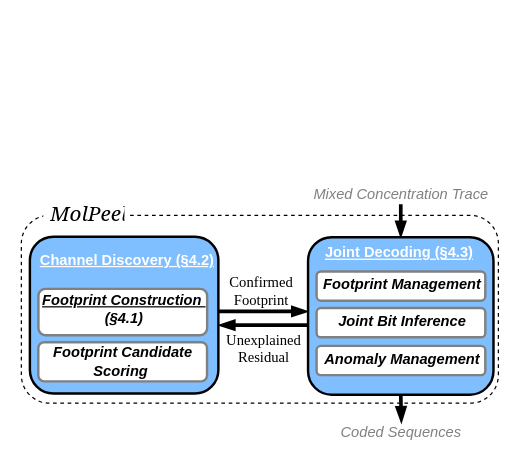
This is Design_Overview.drawio from GoodMorningSir/My_drawioPicture, a draw.io file, before an edit. Source tidied: cells renumbered, new cells numbered last; positions are measured from the earlier drawing's top-left corner, leaving out a move shared by most shapes. Both pictures are drawn from the tidied source at 122%, with x=0, y=0 at pixel (21, 183).
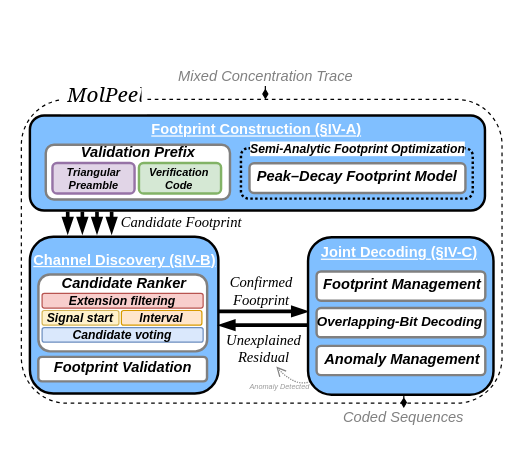
Above is the later version.

What changed in the source:
```diff
@@
+    <mxCell id="8" value="&lt;i style=&quot;&quot;&gt;Coded Sequences&lt;/i&gt;" style="text;html=1;whiteSpace=wrap;strokeColor=none;fillColor=none;align=center;verticalAlign=middle;rounded=0;fontColor=#808080;" parent="1" vertex="1">
+      <mxGeometry x="234" y="184" width="159" height="16" as="geometry" />
+    </mxCell>
+    <mxCell id="22" style="group;" parent="1" vertex="1">
+      <mxGeometry x="7" y="34.5" width="155.3" height="163.5" as="geometry" />
+    </mxCell>
+    <mxCell id="23" style="group;" parent="22" vertex="1">
+      <mxGeometry width="155.3" height="137.5" as="geometry" />
+    </mxCell>
+    <mxCell id="24" style="rounded=1;whiteSpace=wrap;html=1;fillColor=light-dark(#80bfff, #2566a8);strokeColor=default;strokeWidth=2;" parent="23" vertex="1">
+      <mxGeometry y="9.1" width="154.5" height="128.5" as="geometry" />
+    </mxCell>
+    <mxCell id="25" value="&lt;span style=&quot;color: rgb(255, 255, 255);&quot;&gt;&lt;u style=&quot;&quot;&gt;&lt;b style=&quot;color: light-dark(rgb(255, 255, 255), rgb(18, 18, 18));&quot;&gt;Channel Discovery (§&lt;/b&gt;&lt;font color=&quot;#ffffff&quot;&gt;&lt;b&gt;IV-B&lt;/b&gt;&lt;/font&gt;&lt;b style=&quot;color: light-dark(rgb(255, 255, 255), rgb(18, 18, 18));&quot;&gt;)&lt;/b&gt;&lt;/u&gt;&lt;/span&gt;" style="text;html=1;whiteSpace=wrap;strokeColor=none;fillColor=none;align=center;verticalAlign=middle;rounded=0;" parent="23" vertex="1">
+      <mxGeometry x="1.5" y="-2" width="151.8" height="60" as="geometry" />
+    </mxCell>
+    <mxCell id="26" style="group;strokeColor=none;" parent="22" vertex="1">
+      <mxGeometry x="6.9" y="95.5" width="138.3" height="68" as="geometry" />
+    </mxCell>
+    <mxCell id="27" style="rounded=1;whiteSpace=wrap;html=1;fillColor=light-dark(#FFFFFF,#2566A8);strokeColor=#808080;strokeWidth=2;" parent="26" vertex="1">
+      <mxGeometry y="12" width="138.3" height="20.1" as="geometry" />
+    </mxCell>
+    <mxCell id="28" value="&lt;b&gt;&lt;i&gt;Footprint Validation&lt;/i&gt;&lt;/b&gt;" style="text;html=1;whiteSpace=wrap;strokeColor=none;fillColor=none;align=center;verticalAlign=middle;rounded=0;labelBackgroundColor=none;" parent="26" vertex="1">
+      <mxGeometry x="0.8" y="13" width="136.7" height="16.8" as="geometry" />
+    </mxCell>
+    <mxCell id="29" style="group;strokeColor=none;labelBackgroundColor=none;" parent="22" vertex="1">
+      <mxGeometry x="7" y="40" width="138.3" height="63" as="geometry" />
+    </mxCell>
+    <mxCell id="30" style="rounded=1;whiteSpace=wrap;html=1;fillColor=light-dark(#FFFFFF,#2566A8);strokeColor=#808080;strokeWidth=2;" parent="29" vertex="1">
+      <mxGeometry width="138.3" height="63" as="geometry" />
+    </mxCell>
+    <mxCell id="31" value="&lt;b&gt;&lt;i&gt;Candidate Ranker&lt;/i&gt;&lt;/b&gt;" style="text;html=1;whiteSpace=wrap;strokeColor=none;fillColor=none;align=center;verticalAlign=middle;rounded=0;labelBackgroundColor=none;" parent="29" vertex="1">
+      <mxGeometry x="1.6" y="-2.2" width="136.7" height="19.9" as="geometry" />
+    </mxCell>
+    <mxCell id="33" style="group;" parent="1" vertex="1">
+      <mxGeometry x="74" y="-133" width="313" height="163.5" as="geometry" />
+    </mxCell>
+    <mxCell id="34" style="group;" parent="33" vertex="1">
+      <mxGeometry x="-67" y="77.2" width="373" height="77.8" as="geometry" />
+    </mxCell>
+    <mxCell id="35" style="rounded=1;whiteSpace=wrap;html=1;fillColor=light-dark(#80bfff, #2566a8);strokeColor=default;strokeWidth=2;" parent="34" vertex="1">
+      <mxGeometry width="373" height="77.9" as="geometry" />
+    </mxCell>
+    <mxCell id="36" value="&lt;span style=&quot;color: rgb(255, 255, 255);&quot;&gt;&lt;u style=&quot;&quot;&gt;&lt;b style=&quot;color: light-dark(rgb(255, 255, 255), rgb(18, 18, 18));&quot;&gt;Footprint Construction (§&lt;/b&gt;&lt;font color=&quot;#ffffff&quot;&gt;&lt;b&gt;IV-A&lt;/b&gt;&lt;/font&gt;&lt;b style=&quot;color: light-dark(rgb(255, 255, 255), rgb(18, 18, 18));&quot;&gt;)&lt;/b&gt;&lt;/u&gt;&lt;/span&gt;" style="text;html=1;whiteSpace=wrap;strokeColor=none;fillColor=none;align=center;verticalAlign=middle;rounded=0;" parent="34" vertex="1">
+      <mxGeometry x="1.3" y="0.8" width="370.3" height="22.4" as="geometry" />
+    </mxCell>
+    <mxCell id="37" style="group;strokeColor=none;labelBackgroundColor=none;" parent="34" vertex="1">
+      <mxGeometry x="13" y="23.9" width="151" height="50" as="geometry" />
+    </mxCell>
+    <mxCell id="38" style="rounded=1;whiteSpace=wrap;html=1;fillColor=light-dark(#FFFFFF,#2566A8);strokeColor=#808080;strokeWidth=2;" parent="37" vertex="1">
+      <mxGeometry width="151" height="45" as="geometry" />
+    </mxCell>
+    <mxCell id="39" value="&lt;b&gt;&lt;i&gt;Validation Prefix&lt;/i&gt;&lt;/b&gt;" style="text;html=1;whiteSpace=wrap;strokeColor=none;fillColor=none;align=center;verticalAlign=middle;rounded=0;labelBackgroundColor=none;" parent="37" vertex="1">
+      <mxGeometry x="13.6" y="-1" width="124.4" height="15.2" as="geometry" />
+    </mxCell>
+    <mxCell id="40" value="&lt;b&gt;&lt;i&gt;Triangular Preamble&lt;/i&gt;&lt;/b&gt;" style="rounded=1;whiteSpace=wrap;html=1;fontSize=9;strokeWidth=2;fillColor=#e1d5e7;strokeColor=#9673a6;" parent="37" vertex="1">
+      <mxGeometry x="5.5" y="15" width="67.3" height="25" as="geometry" />
+    </mxCell>
+    <mxCell id="41" value="&lt;b&gt;&lt;i&gt;Verification Code&lt;/i&gt;&lt;/b&gt;" style="rounded=1;whiteSpace=wrap;html=1;fontSize=9;fillColor=#d5e8d4;strokeColor=#82b366;strokeWidth=2;" parent="37" vertex="1">
+      <mxGeometry x="76.4" y="15" width="67.3" height="25" as="geometry" />
+    </mxCell>
+    <mxCell id="7" value="&lt;i style=&quot;&quot;&gt;Mixed Concentration Trace&lt;/i&gt;" style="text;html=1;whiteSpace=wrap;strokeColor=none;fillColor=none;align=center;verticalAlign=middle;rounded=0;fontColor=#808080;" parent="33" vertex="1">
+      <mxGeometry x="46.5" y="36" width="159" height="17" as="geometry" />
+    </mxCell>
+    <mxCell id="42" style="endArrow=blockThin;html=1;rounded=0;strokeWidth=3;endFill=1;" parent="1" edge="1">
+      <mxGeometry relative="1" as="geometry">
+        <mxPoint x="50" y="23" as="sourcePoint" />
+        <mxPoint x="50" y="41" as="targetPoint" />
+      </mxGeometry>
+    </mxCell>
+    <mxCell id="43" style="endArrow=blockThin;html=1;rounded=0;strokeWidth=3;endFill=1;" parent="1" edge="1">
+      <mxGeometry relative="1" as="geometry">
+        <mxPoint x="62" y="23" as="sourcePoint" />
+        <mxPoint x="62" y="41" as="targetPoint" />
+      </mxGeometry>
+    </mxCell>
+    <mxCell id="44" style="endArrow=blockThin;html=1;rounded=0;strokeWidth=3;endFill=1;" parent="1" edge="1">
+      <mxGeometry relative="1" as="geometry">
+        <mxPoint x="74" y="23" as="sourcePoint" />
+        <mxPoint x="74" y="41" as="targetPoint" />
+      </mxGeometry>
+    </mxCell>
+    <mxCell id="45" style="curved=1;endArrow=open;html=1;rounded=0;strokeColor=#808080;dashed=1;dashPattern=1 1;endFill=0;" parent="1" edge="1">
+      <mxGeometry relative="1" as="geometry">
+        <mxPoint x="245" y="157" as="sourcePoint" />
+        <mxPoint x="209" y="150" as="targetPoint" />
+        <Array as="points">
+          <mxPoint x="229" y="172" />
+        </Array>
+      </mxGeometry>
+    </mxCell>
+    <mxCell id="46" value="&lt;font style=&quot;font-size: 6px;&quot;&gt;&lt;i style=&quot;color: rgb(153, 153, 153);&quot;&gt;Anomaly Detected&lt;/i&gt;&lt;/font&gt;" style="text;html=1;whiteSpace=wrap;strokeColor=none;fillColor=none;align=center;verticalAlign=middle;rounded=0;" parent="1" vertex="1">
+      <mxGeometry x="182" y="155" width="60" height="19" as="geometry" />
+    </mxCell>
+    <mxCell id="47" style="endArrow=diamondThin;html=1;rounded=0;exitX=0.5;exitY=1;exitDx=0;exitDy=0;endFill=1;" parent="1" edge="1" source="7">
+      <mxGeometry relative="1" as="geometry">
+        <mxPoint x="200" y="-69" as="targetPoint" />
+      </mxGeometry>
+    </mxCell>
+    <mxCell id="48" style="endArrow=diamondThin;html=1;rounded=0;endFill=1;" parent="1" edge="1" target="8">
+      <mxGeometry relative="1" as="geometry">
+        <mxPoint x="313.5" y="173" as="sourcePoint" />
+      </mxGeometry>
+    </mxCell>
+    <mxCell id="49" style="group;" parent="1" vertex="1">
+      <mxGeometry y="-87" width="399" height="267" as="geometry" />
+    </mxCell>
-    <mxCell id="2" style="rounded=1;whiteSpace=wrap;html=1;dashed=1;fillColor=none;" parent="1" vertex="1">
-      <mxGeometry y="26" width="391" height="154" as="geometry" />
+    <mxCell id="2" style="rounded=1;whiteSpace=wrap;html=1;dashed=1;fillColor=none;" parent="49" vertex="1">
+      <mxGeometry y="18" width="394" height="249" as="geometry" />
     </mxCell>
-    <mxCell id="3" style="endArrow=blockThin;html=1;rounded=0;exitX=1.003;exitY=0.476;exitDx=0;exitDy=0;entryX=-0.001;entryY=0.471;entryDx=0;entryDy=0;strokeWidth=3;endFill=1;entryPerimeter=0;exitPerimeter=0;" parent="1" edge="1" source="24" target="10">
+    <mxCell id="3" style="endArrow=blockThin;html=1;rounded=0;exitX=1.003;exitY=0.476;exitDx=0;exitDy=0;entryX=-0.001;entryY=0.471;entryDx=0;entryDy=0;strokeWidth=3;endFill=1;entryPerimeter=0;exitPerimeter=0;" parent="49" edge="1" source="24" target="10">
       <mxGeometry relative="1" as="geometry" />
     </mxCell>
-    <mxCell id="4" style="endArrow=blockThin;html=1;rounded=0;exitX=0.797;exitY=0.029;exitDx=0;exitDy=0;exitPerimeter=0;strokeWidth=3;endFill=1;" parent="1" edge="1" source="21">
+    <mxCell id="4" style="endArrow=blockThin;html=1;rounded=0;exitX=0.797;exitY=0.029;exitDx=0;exitDy=0;exitPerimeter=0;strokeWidth=3;endFill=1;" parent="49" edge="1" source="21">
       <mxGeometry relative="1" as="geometry">
-        <mxPoint x="161.8" y="116" as="targetPoint" />
+        <mxPoint x="161.8" y="203" as="targetPoint" />
       </mxGeometry>
     </mxCell>
-    <mxCell id="5" value="&lt;font style=&quot;font-size: 17px;&quot; face=&quot;Georgia&quot;&gt;&lt;i style=&quot;&quot;&gt;MolPeel&lt;/i&gt;&lt;/font&gt;" style="text;strokeColor=none;fillColor=default;align=left;verticalAlign=middle;spacingLeft=4;spacingRight=4;overflow=hidden;whiteSpace=wrap;html=1;" parent="1" vertex="1">
-      <mxGeometry x="18" y="10" width="71" height="30" as="geometry" />
+    <mxCell id="5" value="&lt;font style=&quot;font-size: 17px;&quot; face=&quot;Georgia&quot;&gt;&lt;i style=&quot;&quot;&gt;MolPeel&lt;/i&gt;&lt;/font&gt;" style="text;strokeColor=none;fillColor=default;align=left;verticalAlign=middle;spacingLeft=4;spacingRight=4;overflow=hidden;whiteSpace=wrap;html=1;" parent="49" vertex="1">
+      <mxGeometry x="32" width="71" height="30" as="geometry" />
     </mxCell>
-    <mxCell id="6" style="edgeStyle=orthogonalEdgeStyle;rounded=0;jettySize=auto;html=1;exitX=0.5;exitY=1;exitDx=0;exitDy=0;strokeWidth=3;endArrow=blockThin;endFill=1;" parent="1" edge="1" source="7" target="10">
-      <mxGeometry relative="1" as="geometry" />
-    </mxCell>
-    <mxCell id="7" value="&lt;i style=&quot;&quot;&gt;Mixed Concentration Trace&lt;/i&gt;" style="text;html=1;whiteSpace=wrap;strokeColor=none;fillColor=none;align=center;verticalAlign=middle;rounded=0;fontColor=#808080;" parent="1" vertex="1">
-      <mxGeometry x="231.5" width="159" height="17" as="geometry" />
-    </mxCell>
-    <mxCell id="8" value="&lt;i style=&quot;&quot;&gt;Coded Sequences&lt;/i&gt;" style="text;html=1;whiteSpace=wrap;strokeColor=none;fillColor=none;align=center;verticalAlign=middle;rounded=0;fontColor=#808080;" parent="1" vertex="1">
-      <mxGeometry x="232" y="196" width="159" height="16" as="geometry" />
-    </mxCell>
-    <mxCell id="9" style="edgeStyle=orthogonalEdgeStyle;rounded=0;jettySize=auto;html=1;exitX=0.5;exitY=1;exitDx=0;exitDy=0;entryX=0.5;entryY=0;entryDx=0;entryDy=0;endArrow=blockThin;endFill=1;strokeWidth=3;" parent="1" edge="1" source="10" target="8">
-      <mxGeometry relative="1" as="geometry" />
-    </mxCell>
-    <mxCell id="10" style="rounded=1;whiteSpace=wrap;html=1;fillColor=light-dark(#80bfff, #2566a8);strokeColor=default;strokeWidth=2;" parent="1" vertex="1">
-      <mxGeometry x="235" y="44" width="152" height="129" as="geometry" />
+    <mxCell id="10" style="rounded=1;whiteSpace=wrap;html=1;fillColor=light-dark(#80bfff, #2566a8);strokeColor=default;strokeWidth=2;" parent="49" vertex="1">
+      <mxGeometry x="235" y="131" width="152" height="129" as="geometry" />
     </mxCell>
-    <mxCell id="11" value="&lt;span style=&quot;color: rgb(255, 255, 255);&quot;&gt;&lt;u&gt;&lt;b&gt;Joint Decoding (§4.3)&lt;/b&gt;&lt;/u&gt;&lt;/span&gt;" style="text;html=1;whiteSpace=wrap;strokeColor=none;fillColor=none;align=center;verticalAlign=middle;rounded=0;" parent="1" vertex="1">
-      <mxGeometry x="222" y="42" width="176" height="30" as="geometry" />
+    <mxCell id="11" value="&lt;span style=&quot;color: rgb(255, 255, 255);&quot;&gt;&lt;u style=&quot;&quot;&gt;&lt;b style=&quot;color: light-dark(rgb(255, 255, 255), rgb(18, 18, 18));&quot;&gt;Joint Decoding (§&lt;/b&gt;&lt;font color=&quot;#ffffff&quot;&gt;&lt;b&gt;IV-C&lt;/b&gt;&lt;/font&gt;&lt;b style=&quot;color: light-dark(rgb(255, 255, 255), rgb(18, 18, 18));&quot;&gt;)&lt;/b&gt;&lt;/u&gt;&lt;/span&gt;" style="text;html=1;whiteSpace=wrap;strokeColor=none;fillColor=none;align=center;verticalAlign=middle;rounded=0;" parent="49" vertex="1">
+      <mxGeometry x="222" y="129" width="176" height="30" as="geometry" />
     </mxCell>
-    <mxCell id="12" style="group;strokeColor=none;" parent="1" vertex="1">
-      <mxGeometry x="242" y="72" width="138.3" height="24" as="geometry" />
+    <mxCell id="12" style="group;strokeColor=none;" parent="49" vertex="1">
+      <mxGeometry x="242" y="159" width="138.3" height="24" as="geometry" />
     </mxCell>
@@
-    <mxCell id="15" style="group;strokeColor=none;" parent="1" vertex="1">
-      <mxGeometry x="242" y="102" width="138.3" height="24" as="geometry" />
+    <mxCell id="15" style="group;strokeColor=none;fontSize=11;" parent="49" vertex="1">
+      <mxGeometry x="242" y="189" width="150" height="24" as="geometry" />
     </mxCell>
@@
-    <mxCell id="17" value="&lt;b&gt;&lt;i&gt;Joint Bit Inference&lt;/i&gt;&lt;/b&gt;" style="text;html=1;whiteSpace=wrap;strokeColor=none;fillColor=none;align=center;verticalAlign=middle;rounded=0;labelBackgroundColor=default;" parent="15" vertex="1">
-      <mxGeometry x="1.6" y="5.7" width="136.7" height="9.6" as="geometry" />
+    <mxCell id="17" value="&lt;i&gt;&lt;b&gt;&lt;font style=&quot;font-size: 11px;&quot;&gt;Overlapping-Bit Decoding&lt;/font&gt;&lt;/b&gt;&lt;/i&gt;" style="text;html=1;whiteSpace=wrap;strokeColor=none;fillColor=none;align=center;verticalAlign=middle;rounded=0;labelBackgroundColor=none;" parent="15" vertex="1">
+      <mxGeometry x="-9" y="5.7" width="155" height="9.6" as="geometry" />
     </mxCell>
-    <mxCell id="18" style="group;strokeColor=none;" parent="1" vertex="1">
-      <mxGeometry x="242" y="133" width="138.3" height="24" as="geometry" />
+    <mxCell id="18" style="group;strokeColor=none;" parent="49" vertex="1">
+      <mxGeometry x="242" y="220" width="138.3" height="24" as="geometry" />
     </mxCell>
@@
-    <mxCell id="21" value="Unexplained&lt;div&gt;Residual&lt;/div&gt;" style="text;whiteSpace=wrap;html=1;fontFamily=Times New Roman;align=center;" parent="1" vertex="1">
-      <mxGeometry x="137" y="115" width="124" height="35" as="geometry" />
+    <mxCell id="21" value="Unexplained&lt;div&gt;Residual&lt;/div&gt;" style="text;whiteSpace=wrap;html=1;fontFamily=Times New Roman;align=center;fontStyle=2;" parent="49" vertex="1">
+      <mxGeometry x="137" y="202" width="124" height="35" as="geometry" />
     </mxCell>
-    <mxCell id="22" style="group;" parent="1" vertex="1">
-      <mxGeometry x="7" y="34.5" width="155.3" height="163.5" as="geometry" />
-    </mxCell>
-    <mxCell id="23" style="group;" parent="22" vertex="1">
-      <mxGeometry width="155.3" height="137.5" as="geometry" />
-    </mxCell>
-    <mxCell id="24" style="rounded=1;whiteSpace=wrap;html=1;fillColor=light-dark(#80bfff, #2566a8);strokeColor=default;strokeWidth=2;" parent="23" vertex="1">
-      <mxGeometry y="9.1" width="154.5" height="128.5" as="geometry" />
-    </mxCell>
-    <mxCell id="25" value="&lt;span style=&quot;color: rgb(255, 255, 255);&quot;&gt;&lt;u&gt;&lt;b&gt;Channel Discovery (§4.2)&lt;/b&gt;&lt;/u&gt;&lt;/span&gt;" style="text;html=1;whiteSpace=wrap;strokeColor=none;fillColor=none;align=center;verticalAlign=middle;rounded=0;" parent="23" vertex="1">
-      <mxGeometry x="3.5" y="-2" width="151.8" height="60" as="geometry" />
-    </mxCell>
-    <mxCell id="26" style="group;strokeColor=none;" parent="22" vertex="1">
-      <mxGeometry x="6.9" y="95.5" width="138.3" height="68" as="geometry" />
-    </mxCell>
-    <mxCell id="27" style="rounded=1;whiteSpace=wrap;html=1;fillColor=light-dark(#FFFFFF,#2566A8);strokeColor=#808080;strokeWidth=2;" parent="26" vertex="1">
-      <mxGeometry width="138.3" height="32.1" as="geometry" />
-    </mxCell>
-    <mxCell id="28" value="&lt;b&gt;&lt;i&gt;Footprint Candidate Scoring&amp;nbsp;&lt;/i&gt;&lt;/b&gt;" style="text;html=1;whiteSpace=wrap;strokeColor=none;fillColor=none;align=center;verticalAlign=middle;rounded=0;labelBackgroundColor=none;" parent="26" vertex="1">
-      <mxGeometry x="0.8" y="2.6" width="136.7" height="27.2" as="geometry" />
-    </mxCell>
-    <mxCell id="29" style="group;strokeColor=none;labelBackgroundColor=none;" parent="22" vertex="1">
-      <mxGeometry x="7" y="51.8" width="138.3" height="38" as="geometry" />
-    </mxCell>
-    <mxCell id="30" style="rounded=1;whiteSpace=wrap;html=1;fillColor=light-dark(#FFFFFF,#2566A8);strokeColor=#808080;strokeWidth=2;" parent="29" vertex="1">
-      <mxGeometry width="138.3" height="38" as="geometry" />
-    </mxCell>
-    <mxCell id="31" value="&lt;span style=&quot;color: rgb(0, 0, 0);&quot;&gt;&lt;u style=&quot;&quot;&gt;&lt;b style=&quot;&quot;&gt;&lt;i&gt;Footprint Construction&amp;nbsp;&lt;/i&gt;&lt;/b&gt;&lt;/u&gt;&lt;/span&gt;&lt;div&gt;&lt;b style=&quot;color: rgb(0, 0, 0);&quot;&gt;&lt;i&gt;(§4.1)&lt;/i&gt;&lt;/b&gt;&lt;/div&gt;" style="text;html=1;whiteSpace=wrap;strokeColor=none;fillColor=none;align=center;verticalAlign=middle;rounded=0;labelBackgroundColor=none;" parent="29" vertex="1">
-      <mxGeometry x="1.6" y="9" width="136.7" height="15.2" as="geometry" />
-    </mxCell>
-    <mxCell id="32" value="&lt;font face=&quot;Times New Roman&quot;&gt;Confirmed Footprint&lt;/font&gt;" style="text;html=1;whiteSpace=wrap;strokeColor=none;fillColor=none;align=center;verticalAlign=middle;rounded=0;" parent="1" vertex="1">
-      <mxGeometry x="167" y="73" width="60" height="30" as="geometry" />
+    <mxCell id="32" value="&lt;font face=&quot;Times New Roman&quot;&gt;Confirmed Footprint&lt;/font&gt;" style="text;html=1;whiteSpace=wrap;strokeColor=none;fillColor=none;align=center;verticalAlign=middle;rounded=0;fontStyle=2;" parent="49" vertex="1">
+      <mxGeometry x="167" y="160" width="60" height="30" as="geometry" />
     </mxCell>
+    <mxCell id="50" style="group;strokeColor=none;labelBackgroundColor=none;" parent="49" vertex="1">
+      <mxGeometry x="187" y="47" width="212" height="53" as="geometry" />
+    </mxCell>
+    <mxCell id="51" style="rounded=1;whiteSpace=wrap;html=1;fillColor=light-dark(#FFFFFF,#2566A8);strokeColor=#808080;strokeWidth=2;" parent="50" vertex="1">
+      <mxGeometry y="23.3" width="177" height="24.4" as="geometry" />
+    </mxCell>
+    <mxCell id="52" value="&lt;b&gt;&lt;i&gt;Peak–Decay Footprint Model&lt;/i&gt;&lt;/b&gt;" style="text;html=1;whiteSpace=wrap;strokeColor=none;fillColor=none;align=center;verticalAlign=middle;rounded=0;labelBackgroundColor=none;" parent="50" vertex="1">
+      <mxGeometry x="4" y="26.2" width="169" height="16.1" as="geometry" />
+    </mxCell>
+    <mxCell id="53" style="rounded=1;whiteSpace=wrap;html=1;fillColor=none;strokeWidth=2;strokeColor=#000000;dashed=1;dashPattern=1 1;" parent="50" vertex="1">
+      <mxGeometry x="-7" y="11" width="190" height="41.3" as="geometry" />
+    </mxCell>
+    <mxCell id="54" value="&lt;i&gt;&lt;b&gt;Semi-Analytic Footprint Optimization&lt;/b&gt;&lt;/i&gt;" style="text;html=1;whiteSpace=wrap;strokeColor=none;fillColor=none;align=center;verticalAlign=middle;rounded=0;fontSize=10;labelBackgroundColor=default;" parent="50" vertex="1">
+      <mxGeometry x="-33.5" y="-5" width="244" height="31.8" as="geometry" />
+    </mxCell>
+    <mxCell id="55" style="endArrow=blockThin;html=1;rounded=0;strokeWidth=3;endFill=1;" parent="49" edge="1">
+      <mxGeometry relative="1" as="geometry">
+        <mxPoint x="38" y="110" as="sourcePoint" />
+        <mxPoint x="38" y="128" as="targetPoint" />
+      </mxGeometry>
+    </mxCell>
+    <mxCell id="56" value="&lt;font face=&quot;Times New Roman&quot;&gt;Candidate Footprint&lt;/font&gt;" style="text;html=1;whiteSpace=wrap;strokeColor=none;fillColor=none;align=center;verticalAlign=middle;rounded=0;fontStyle=2;" parent="49" vertex="1">
+      <mxGeometry x="69" y="112" width="125" height="13" as="geometry" />
+    </mxCell>
+    <mxCell id="57" value="&lt;span style=&quot;font-size: 10px;&quot;&gt;&lt;b&gt;&lt;i&gt;Extension filtering&lt;/i&gt;&lt;/b&gt;&lt;/span&gt;" style="rounded=1;whiteSpace=wrap;html=1;fillColor=#f8cecc;strokeColor=#b85450;" parent="49" vertex="1">
+      <mxGeometry x="17" y="177" width="132" height="12" as="geometry" />
+    </mxCell>
+    <mxCell id="58" value="&lt;div&gt;&lt;span style=&quot;font-size: 10px;&quot;&gt;&lt;b&gt;&lt;i&gt;Signal start&lt;/i&gt;&lt;/b&gt;&lt;/span&gt;&lt;/div&gt;" style="rounded=1;whiteSpace=wrap;html=1;fillColor=#fff2cc;strokeColor=#d6b656;" parent="49" vertex="1">
+      <mxGeometry x="17" y="191" width="63" height="12" as="geometry" />
+    </mxCell>
+    <mxCell id="59" value="&lt;span style=&quot;font-size: 10px;&quot;&gt;&lt;b&gt;&lt;i&gt;Candidate voting&lt;/i&gt;&lt;/b&gt;&lt;/span&gt;" style="rounded=1;whiteSpace=wrap;html=1;fillColor=#dae8fc;strokeColor=#6c8ebf;" parent="49" vertex="1">
+      <mxGeometry x="17" y="205" width="132" height="12" as="geometry" />
+    </mxCell>
+    <mxCell id="60" value="&lt;span style=&quot;font-size: 10px;&quot;&gt;&lt;b&gt;&lt;i&gt;Interval&lt;/i&gt;&lt;/b&gt;&lt;/span&gt;" style="rounded=1;whiteSpace=wrap;html=1;fillColor=#ffe6cc;strokeColor=#d79b00;" parent="49" vertex="1">
+      <mxGeometry x="82" y="191" width="66" height="12" as="geometry" />
+    </mxCell>
```
